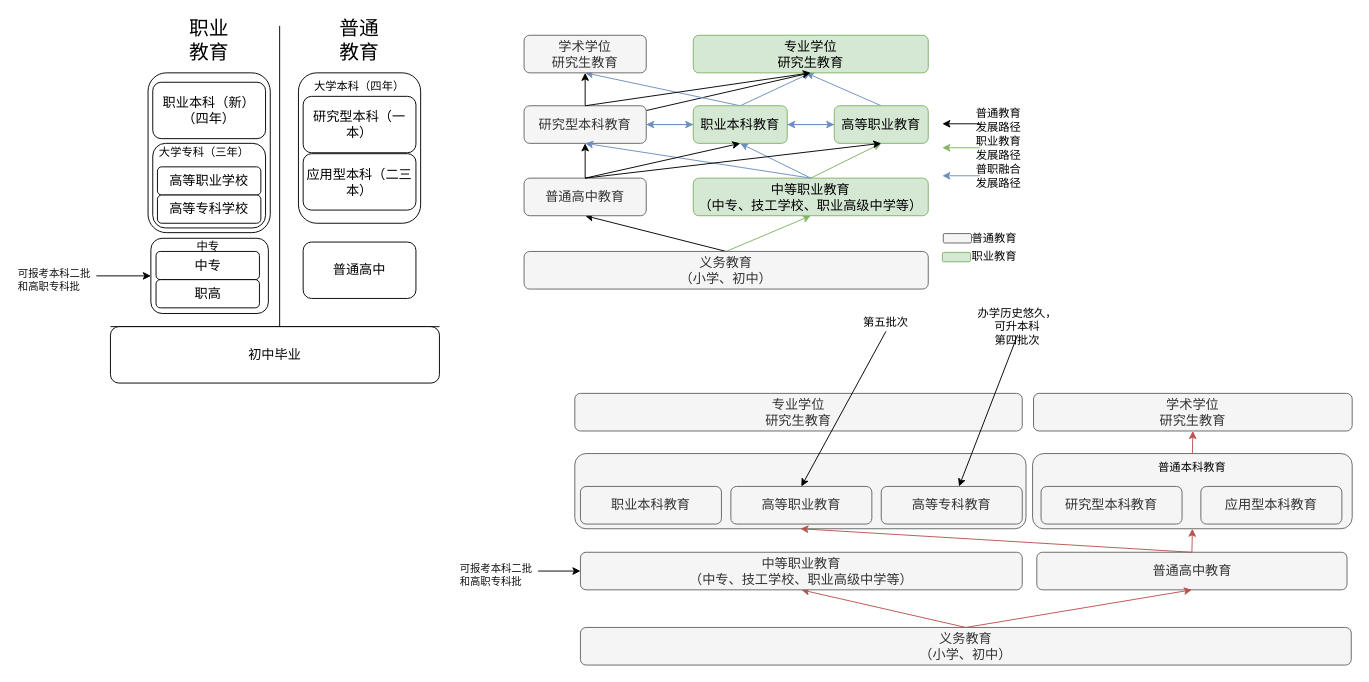
The draw.io diagram 教育体系.drawio in luuuuo/luuuuo_content, before the edit. Source tidied: cells renumbered, new cells numbered last; positions are measured from the earlier drawing's top-left corner, leaving out a move shared by most shapes. Both pictures are drawn from the tidied source at 94%, with x=0, y=0 at pixel (16, 25).
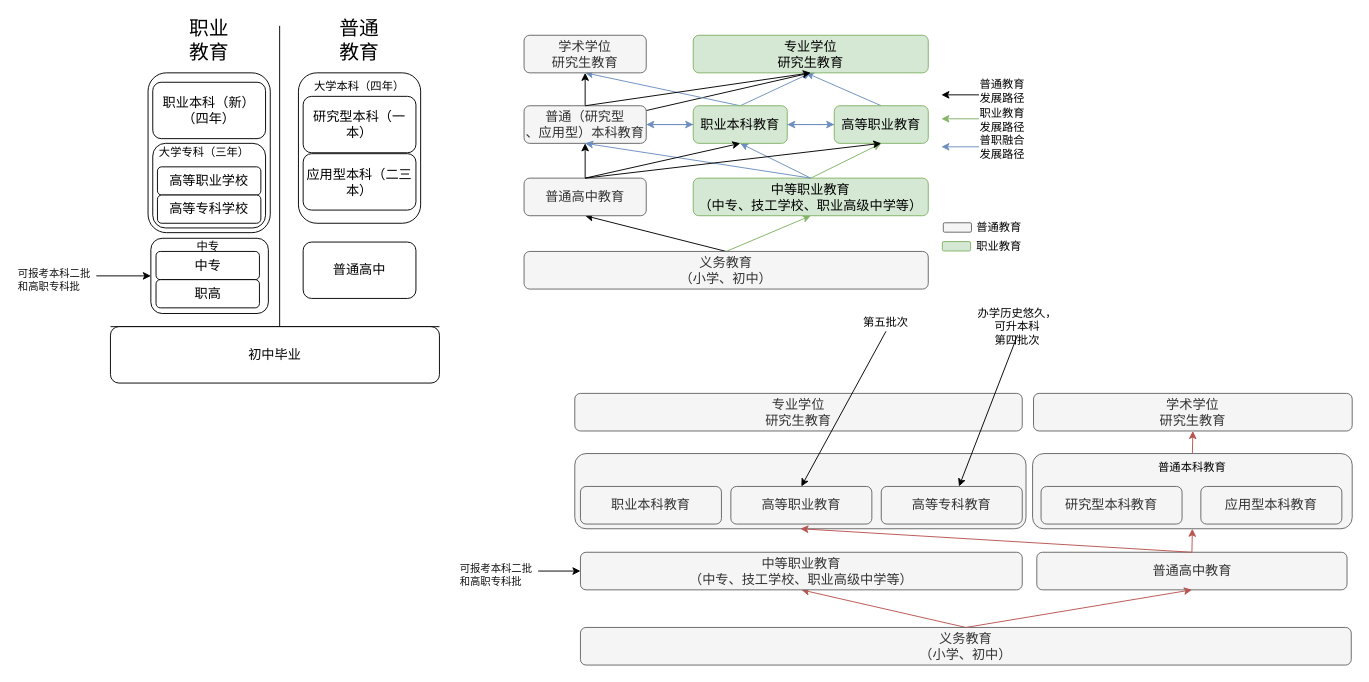
After the change.

Commit message (it also covers changes not shown here):
更新教育体系.drawio

The edit, as a diff of the source:
```diff
@@
-    <mxCell id="58" value="研究型本科教育" style="rounded=1;whiteSpace=wrap;html=1;fontSize=14;fillColor=#f5f5f5;fontColor=#333333;strokeColor=#666666;" parent="1" vertex="1">
+    <mxCell id="58" value="普通（研究型&lt;br&gt;、应用型）本科教育" style="rounded=1;whiteSpace=wrap;html=1;fontSize=14;fillColor=#f5f5f5;fontColor=#333333;strokeColor=#666666;" parent="1" vertex="1">
       <mxGeometry x="540" y="85" width="130" height="40" as="geometry" />
     </mxCell>
@@
     <mxCell id="74" style="rounded=1;whiteSpace=wrap;html=1;fontSize=14;fillColor=#f5f5f5;fontColor=#333333;strokeColor=#666666;" parent="1" vertex="1">
-      <mxGeometry x="986" y="221" width="30" height="10" as="geometry" />
+      <mxGeometry x="986" y="209.5" width="30" height="10" as="geometry" />
     </mxCell>
     <mxCell id="75" style="rounded=1;whiteSpace=wrap;html=1;fontSize=14;fillColor=#d5e8d4;strokeColor=#82b366;" parent="1" vertex="1">
-      <mxGeometry x="985" y="241" width="30" height="10" as="geometry" />
+      <mxGeometry x="985" y="229.5" width="30" height="10" as="geometry" />
     </mxCell>
     <mxCell id="76" value="普通教育" style="text;html=1;strokeColor=none;fillColor=none;align=center;verticalAlign=middle;whiteSpace=wrap;rounded=0;" parent="1" vertex="1">
-      <mxGeometry x="1006.9" y="216.5" width="67.1" height="19" as="geometry" />
+      <mxGeometry x="1011.9" y="205" width="67.1" height="19" as="geometry" />
     </mxCell>
     <mxCell id="77" value="职业教育" style="text;html=1;strokeColor=none;fillColor=none;align=center;verticalAlign=middle;whiteSpace=wrap;rounded=0;" parent="1" vertex="1">
-      <mxGeometry x="1006.9" y="236.5" width="67.1" height="19" as="geometry" />
+      <mxGeometry x="1011.9" y="225" width="67.1" height="19" as="geometry" />
     </mxCell>
     <mxCell id="78" value="普通教育发展路径" style="text;html=1;strokeColor=none;fillColor=none;align=center;verticalAlign=middle;whiteSpace=wrap;rounded=0;" parent="1" vertex="1">
-      <mxGeometry x="1015" y="90.8" width="60" height="19" as="geometry" />
+      <mxGeometry x="1019" y="60" width="60" height="19" as="geometry" />
     </mxCell>
     <mxCell id="79" value="职业教育发展路径" style="text;html=1;strokeColor=none;fillColor=none;align=center;verticalAlign=middle;whiteSpace=wrap;rounded=0;" parent="1" vertex="1">
-      <mxGeometry x="1015" y="120.8" width="60" height="19" as="geometry" />
+      <mxGeometry x="1019" y="90" width="60" height="19" as="geometry" />
     </mxCell>
     <mxCell id="80" value="普职融合发展路径" style="text;html=1;strokeColor=none;fillColor=none;align=center;verticalAlign=middle;whiteSpace=wrap;rounded=0;" parent="1" vertex="1">
-      <mxGeometry x="1015" y="150.2" width="60" height="19" as="geometry" />
+      <mxGeometry x="1019" y="119.5" width="60" height="19" as="geometry" />
     </mxCell>
     <mxCell id="81" style="rounded=0;orthogonalLoop=1;jettySize=auto;html=1;entryX=0.5;entryY=1;entryDx=0;entryDy=0;" parent="1" edge="1">
       <mxGeometry relative="1" as="geometry">
-        <mxPoint x="1025" y="104.2" as="sourcePoint" />
-        <mxPoint x="985" y="104.2" as="targetPoint" />
+        <mxPoint x="1024" y="73.4" as="sourcePoint" />
+        <mxPoint x="984" y="73.4" as="targetPoint" />
       </mxGeometry>
     </mxCell>
     <mxCell id="82" style="rounded=0;orthogonalLoop=1;jettySize=auto;html=1;entryX=0.5;entryY=1;entryDx=0;entryDy=0;fillColor=#d5e8d4;strokeColor=#82b366;" parent="1" edge="1">
       <mxGeometry relative="1" as="geometry">
-        <mxPoint x="1025" y="129.7" as="sourcePoint" />
-        <mxPoint x="985" y="129.7" as="targetPoint" />
+        <mxPoint x="1024" y="98.9" as="sourcePoint" />
+        <mxPoint x="984" y="98.9" as="targetPoint" />
       </mxGeometry>
     </mxCell>
     <mxCell id="83" style="rounded=0;orthogonalLoop=1;jettySize=auto;html=1;entryX=0.5;entryY=1;entryDx=0;entryDy=0;fillColor=#dae8fc;strokeColor=#6c8ebf;" parent="1" edge="1">
       <mxGeometry relative="1" as="geometry">
-        <mxPoint x="1025" y="159.5" as="sourcePoint" />
-        <mxPoint x="985" y="159.5" as="targetPoint" />
+        <mxPoint x="1024" y="128.7" as="sourcePoint" />
+        <mxPoint x="984" y="128.7" as="targetPoint" />
       </mxGeometry>
     </mxCell>
```
